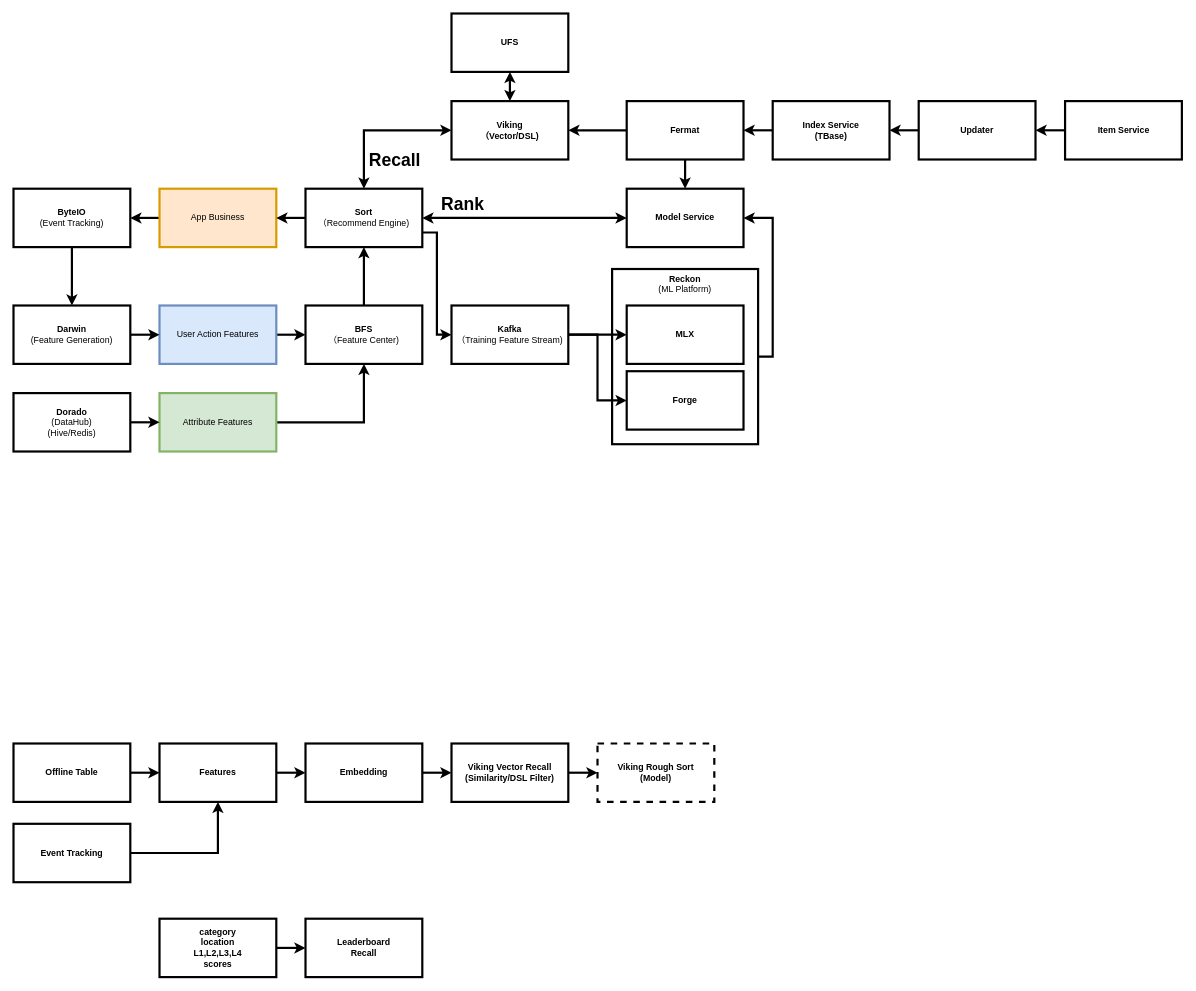
This is product/RankStage.drawio from kleon1024/draw, a draw.io file, before an edit. Source tidied: cells renumbered, new cells numbered last; positions are measured from the earlier drawing's top-left corner, leaving out a move shared by most shapes. Both pictures are drawn from the tidied source at 73%, with x=0, y=0 at pixel (13, 13).
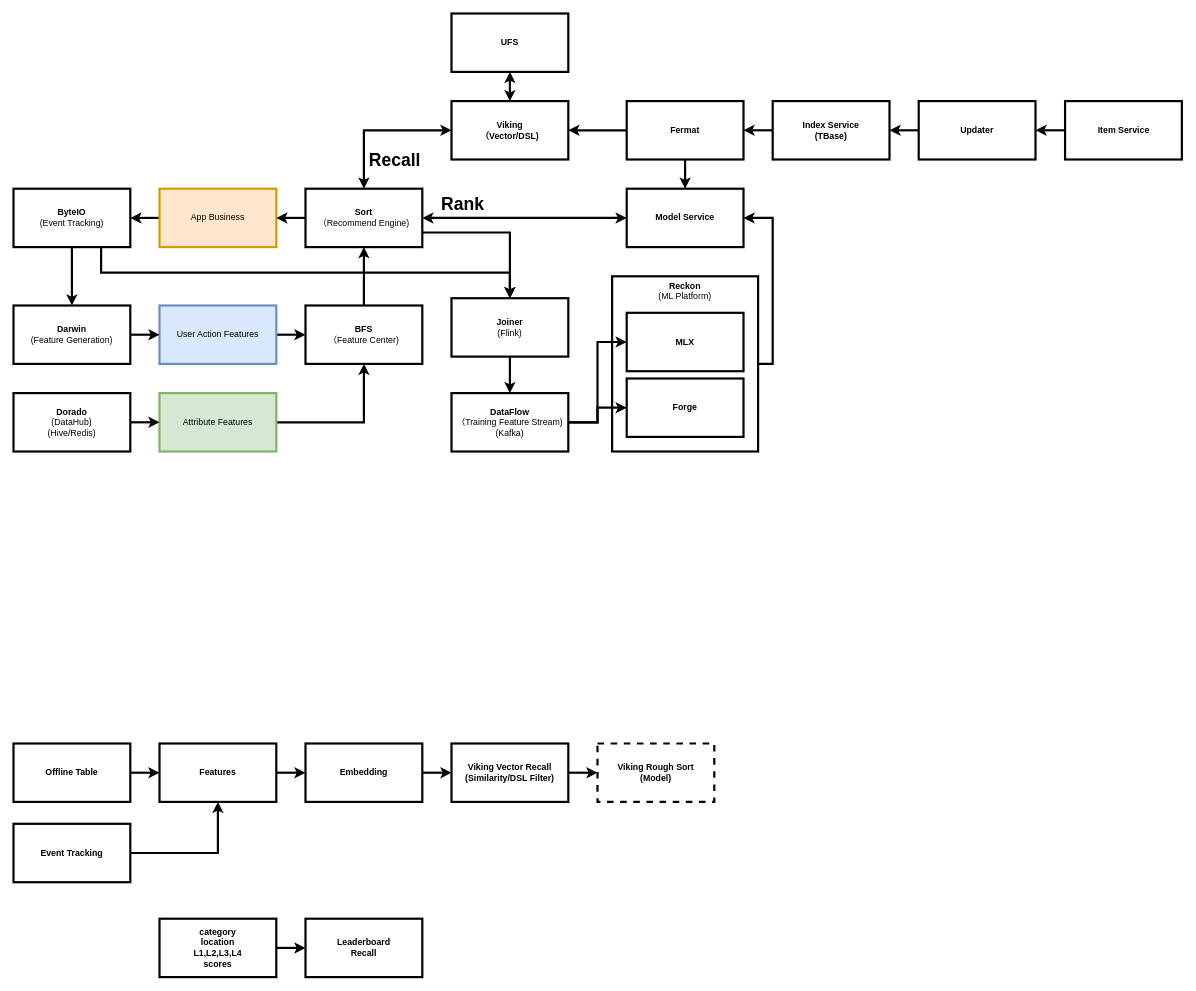
Above is the later version.

The change refers to these unchanged cells:
```xml
<mxCell id="13" value="&lt;b&gt;ByteIO&lt;/b&gt;&lt;br&gt;(Event Tracking)" style="rounded=0;whiteSpace=wrap;html=1;strokeWidth=3;" parent="1" vertex="1">
  <mxGeometry y="240" width="160" height="80" as="geometry" />
</mxCell>
<mxCell id="28" value="&lt;b&gt;Sort&lt;br&gt;&lt;/b&gt;（Recommend Engine)" style="rounded=0;whiteSpace=wrap;html=1;strokeWidth=3;" parent="1" vertex="1">
  <mxGeometry x="400" y="240" width="160" height="80" as="geometry" />
</mxCell>
```

What changed in the source:
```diff
@@
     <mxCell id="2" style="group;" parent="1" vertex="1">
-      <mxGeometry x="820" y="350" width="200" height="240" as="geometry" />
+      <mxGeometry x="820" y="360" width="200" height="240" as="geometry" />
     </mxCell>
@@
+    <mxCell id="58" style="edgeStyle=orthogonalEdgeStyle;rounded=0;jettySize=auto;html=1;exitX=0.75;exitY=1;exitDx=0;exitDy=0;entryX=0.5;entryY=0;entryDx=0;entryDy=0;strokeWidth=3;fontSize=24;fontColor=default;startArrow=none;startFill=0;" parent="1" edge="1" source="13" target="61">
+      <mxGeometry relative="1" as="geometry" />
+    </mxCell>
@@
-    <mxCell id="23" style="edgeStyle=orthogonalEdgeStyle;rounded=0;jettySize=auto;html=1;exitX=1;exitY=0.75;exitDx=0;exitDy=0;strokeWidth=3;fontColor=default;startArrow=none;startFill=0;entryX=0;entryY=0.5;entryDx=0;entryDy=0;" parent="1" edge="1" source="28" target="31">
-      <mxGeometry relative="1" as="geometry" />
-    </mxCell>
@@
+    <mxCell id="59" style="edgeStyle=orthogonalEdgeStyle;rounded=0;jettySize=auto;html=1;exitX=1;exitY=0.75;exitDx=0;exitDy=0;entryX=0.5;entryY=0;entryDx=0;entryDy=0;strokeWidth=3;fontSize=24;fontColor=default;startArrow=none;startFill=0;" parent="1" edge="1" source="28" target="61">
+      <mxGeometry relative="1" as="geometry" />
+    </mxCell>
@@
-    <mxCell id="31" value="&lt;b&gt;Kafka&lt;br&gt;&lt;/b&gt;（Training Feature Stream)" style="rounded=0;whiteSpace=wrap;html=1;strokeWidth=3;" parent="1" vertex="1">
-      <mxGeometry x="600" y="400" width="160" height="80" as="geometry" />
+    <mxCell id="31" value="&lt;b&gt;DataFlow&lt;br&gt;&lt;/b&gt;（Training Feature Stream)&lt;br&gt;(Kafka)" style="rounded=0;whiteSpace=wrap;html=1;strokeWidth=3;" parent="1" vertex="1">
+      <mxGeometry x="600" y="520" width="160" height="80" as="geometry" />
     </mxCell>
@@
+    <mxCell id="60" style="edgeStyle=orthogonalEdgeStyle;rounded=0;jettySize=auto;html=1;exitX=0.5;exitY=1;exitDx=0;exitDy=0;strokeWidth=3;fontSize=24;fontColor=default;startArrow=none;startFill=0;" parent="1" edge="1" source="61" target="31">
+      <mxGeometry relative="1" as="geometry" />
+    </mxCell>
+    <mxCell id="61" value="&lt;b&gt;Joiner&lt;/b&gt;&lt;br&gt;(Flink)" style="rounded=0;whiteSpace=wrap;html=1;strokeWidth=3;" parent="1" vertex="1">
+      <mxGeometry x="600" y="390" width="160" height="80" as="geometry" />
+    </mxCell>
```
